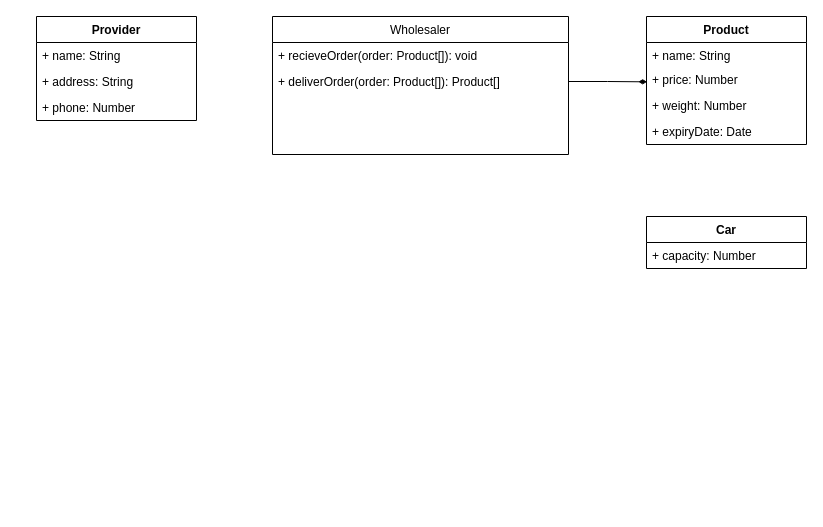
The draw.io diagram page "ćwiczenie2" (1 of 2) of Untitled Diagram.drawio in Miwoli/wsti-systems-modeling, before the edit. Source tidied: cells renumbered, new cells numbered last; positions are measured from the earlier drawing's top-left corner, leaving out a move shared by most shapes. Both pictures are drawn from the tidied source at 100%, with x=0, y=0 at pixel (36, 16).
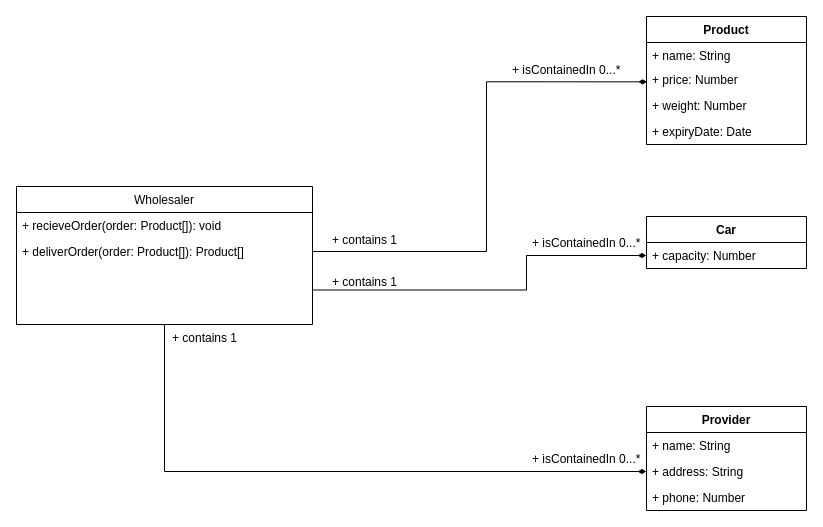
Above is the later version.

The change refers to these unchanged cells:
```xml
<mxCell id="4" value="+ deliverOrder(order: Product[]): Product[]" style="text;strokeColor=none;fillColor=none;align=left;verticalAlign=top;spacingLeft=4;spacingRight=4;overflow=hidden;points=[[0,0.5],[1,0.5]];portConstraint=eastwest;" parent="2" vertex="1">
  <mxGeometry y="52" width="296" height="26" as="geometry" />
</mxCell>
<mxCell id="7" value="+ price: Number" style="text;strokeColor=none;fillColor=none;align=left;verticalAlign=top;spacingLeft=4;spacingRight=4;overflow=hidden;points=[[0,0.5],[1,0.5]];portConstraint=eastwest;" parent="5" vertex="1">
  <mxGeometry y="50" width="160" height="26" as="geometry" />
</mxCell>
<mxCell id="12" value="+ address: String" style="text;strokeColor=none;fillColor=none;align=left;verticalAlign=top;spacingLeft=4;spacingRight=4;overflow=hidden;points=[[0,0.5],[1,0.5]];portConstraint=eastwest;" parent="10" vertex="1">
  <mxGeometry y="52" width="160" height="26" as="geometry" />
</mxCell>
<mxCell id="15" value="+ capacity: Number" style="text;strokeColor=none;fillColor=none;align=left;verticalAlign=top;spacingLeft=4;spacingRight=4;overflow=hidden;points=[[0,0.5],[1,0.5]];portConstraint=eastwest;" parent="14" vertex="1">
  <mxGeometry y="26" width="160" height="26" as="geometry" />
</mxCell>
```

The edit, as a diff of the source:
```diff
@@
+    <mxCell id="17" style="edgeStyle=orthogonalEdgeStyle;rounded=0;jettySize=auto;html=1;entryX=0;entryY=0.5;entryDx=0;entryDy=0;endArrow=diamondThin;endFill=1;exitX=1;exitY=0.75;exitDx=0;exitDy=0;" parent="1" edge="1" source="2" target="15">
+      <mxGeometry relative="1" as="geometry">
+        <Array as="points">
+          <mxPoint x="490" y="274" />
+          <mxPoint x="490" y="239" />
+        </Array>
+      </mxGeometry>
+    </mxCell>
+    <mxCell id="18" style="edgeStyle=orthogonalEdgeStyle;rounded=0;jettySize=auto;html=1;entryX=0;entryY=0.5;entryDx=0;entryDy=0;endArrow=diamondThin;endFill=1;" parent="1" edge="1" source="2" target="12">
+      <mxGeometry relative="1" as="geometry" />
+    </mxCell>
     <mxCell id="2" value="Wholesaler" style="swimlane;fontStyle=0;align=center;verticalAlign=top;horizontal=1;startSize=26;rounded=0;shadow=0;strokeWidth=1;" parent="1" vertex="1">
-      <mxGeometry x="236" width="296" height="138" as="geometry" />
+      <mxGeometry x="-20" y="170" width="296" height="138" as="geometry" />
     </mxCell>
@@
     <mxCell id="10" value="Provider" style="swimlane;fontStyle=1;align=center;verticalAlign=top;horizontal=1;startSize=26;" parent="1" vertex="1">
-      <mxGeometry width="160" height="104" as="geometry" />
+      <mxGeometry x="610" y="390" width="160" height="104" as="geometry" />
     </mxCell>
@@
     <mxCell id="16" style="edgeStyle=orthogonalEdgeStyle;rounded=0;jettySize=auto;html=1;entryX=0.004;entryY=0.59;entryDx=0;entryDy=0;entryPerimeter=0;endArrow=diamondThin;endFill=1;" parent="1" edge="1" source="4" target="7">
-      <mxGeometry relative="1" as="geometry" />
+      <mxGeometry relative="1" as="geometry">
+        <Array as="points">
+          <mxPoint x="450" y="235" />
+          <mxPoint x="450" y="65" />
+        </Array>
+      </mxGeometry>
     </mxCell>
+    <mxCell id="19" value="+ contains 1" style="text;strokeColor=none;fillColor=none;align=left;verticalAlign=top;spacingLeft=4;spacingRight=4;overflow=hidden;" parent="1" vertex="1">
+      <mxGeometry x="290" y="210" width="100" height="26" as="geometry" />
+    </mxCell>
+    <mxCell id="20" value="+ isContainedIn 0...*" style="text;strokeColor=none;fillColor=none;align=left;verticalAlign=top;spacingLeft=4;spacingRight=4;overflow=hidden;" parent="1" vertex="1">
+      <mxGeometry x="470" y="40" width="130" height="26" as="geometry" />
+    </mxCell>
+    <mxCell id="21" value="+ contains 1" style="text;strokeColor=none;fillColor=none;align=left;verticalAlign=top;spacingLeft=4;spacingRight=4;overflow=hidden;" parent="1" vertex="1">
+      <mxGeometry x="290" y="252" width="100" height="26" as="geometry" />
+    </mxCell>
+    <mxCell id="22" value="+ isContainedIn 0...*" style="text;strokeColor=none;fillColor=none;align=left;verticalAlign=top;spacingLeft=4;spacingRight=4;overflow=hidden;" parent="1" vertex="1">
+      <mxGeometry x="490" y="213" width="130" height="26" as="geometry" />
+    </mxCell>
+    <mxCell id="23" value="+ contains 1" style="text;strokeColor=none;fillColor=none;align=left;verticalAlign=top;spacingLeft=4;spacingRight=4;overflow=hidden;" parent="1" vertex="1">
+      <mxGeometry x="130" y="308" width="100" height="26" as="geometry" />
+    </mxCell>
+    <mxCell id="24" value="+ isContainedIn 0...*" style="text;strokeColor=none;fillColor=none;align=left;verticalAlign=top;spacingLeft=4;spacingRight=4;overflow=hidden;" parent="1" vertex="1">
+      <mxGeometry x="490" y="429" width="130" height="26" as="geometry" />
+    </mxCell>
```
